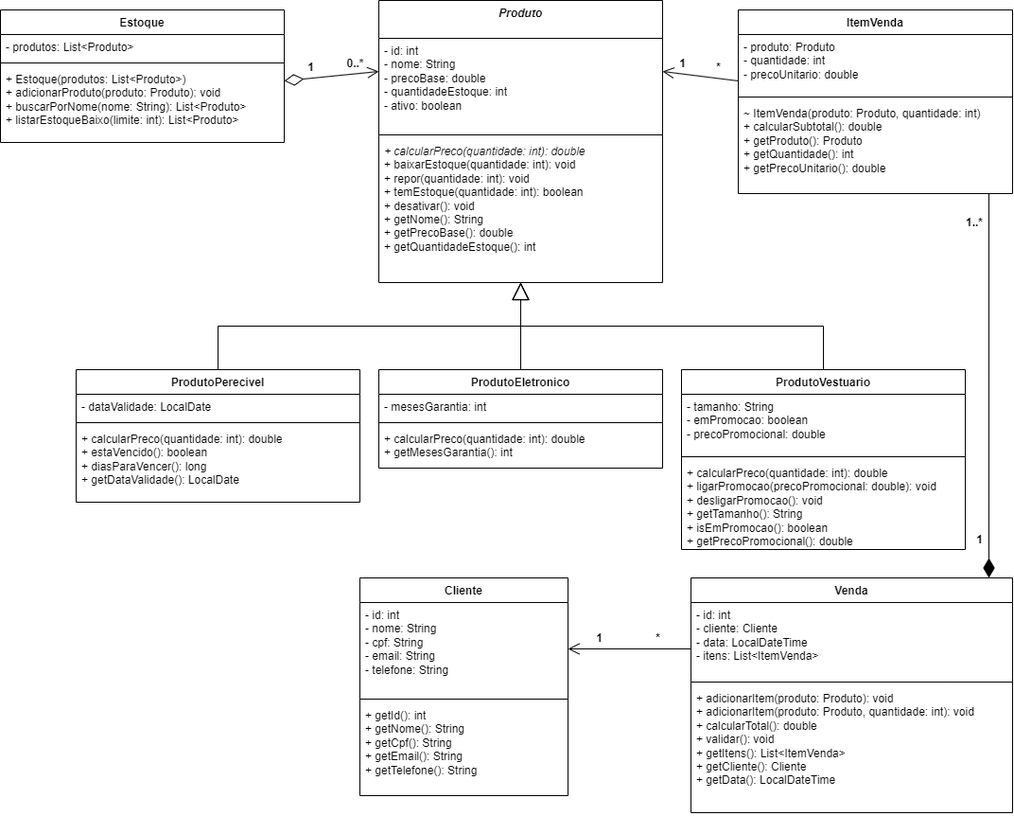
Before: docs/Projeto P2-UML.drawio.png, a diagram exported from draw.io (ProjP2/Sistema-Loja). Source tidied: cells renumbered, new cells last; positions are measured from the earlier drawing's top-left corner, leaving out a move shared by most shapes.
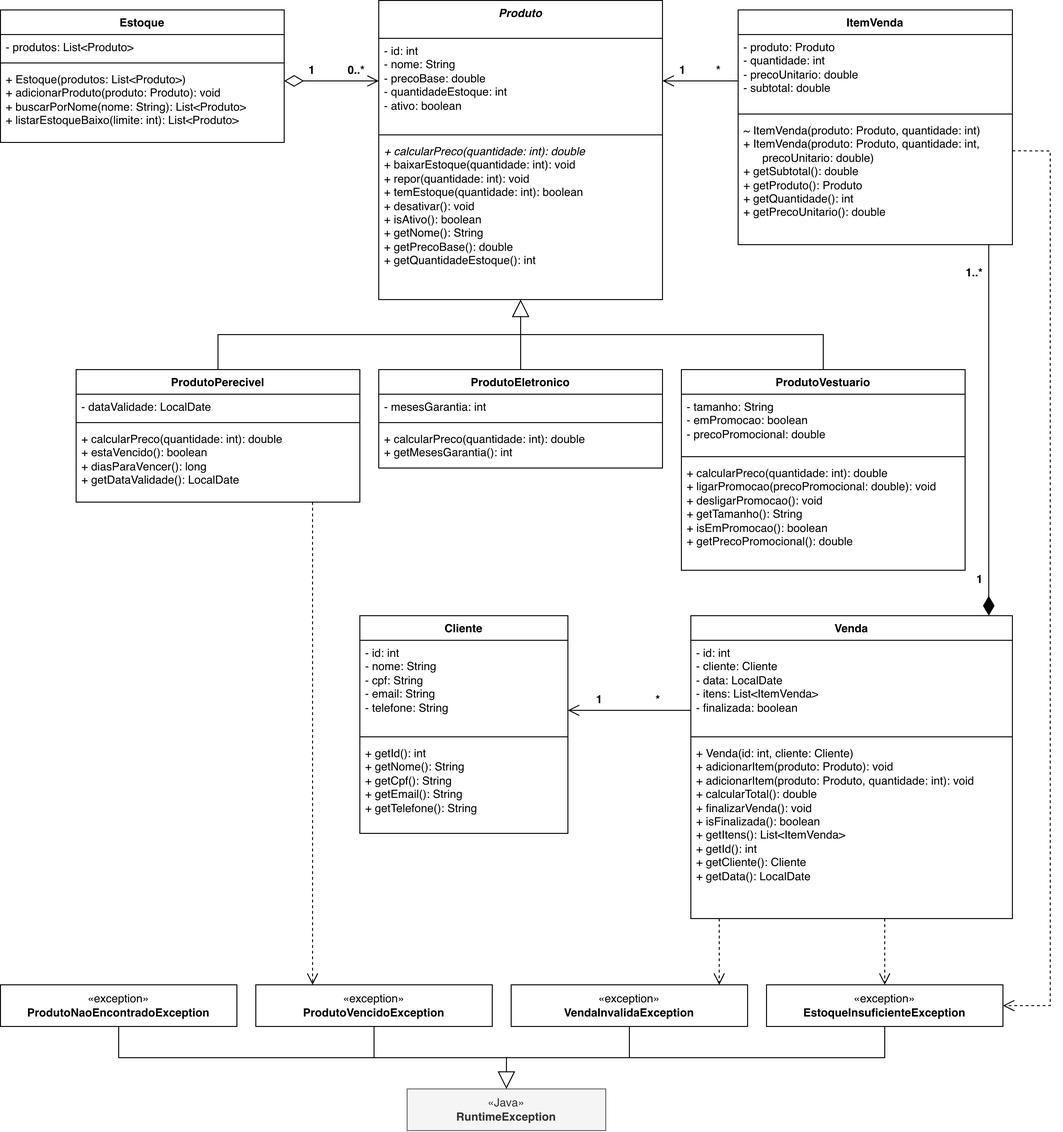
After the change.

Commit message:
Atualiza UML com exceções e mudanças da Entrega 2

What changed in the source:
```diff
@@ -3,7 +3,7 @@
     <mxCell id="0" />
     <mxCell id="1" parent="0" />
     <mxCell id="2" value="&lt;i&gt;Produto&lt;/i&gt;" style="swimlane;fontStyle=1;align=center;verticalAlign=top;horizontal=1;startSize=30;whiteSpace=wrap;html=1;startSize=40;" parent="1" vertex="1">
-      <mxGeometry x="400" width="300" height="298" as="geometry" />
+      <mxGeometry x="400" width="300" height="316" as="geometry" />
     </mxCell>
     <mxCell id="3" value="- id: int&lt;br&gt;- nome: String&lt;br&gt;- precoBase: double&lt;br&gt;- quantidadeEstoque: int&lt;br&gt;- ativo: boolean" style="text;strokeColor=none;fillColor=none;align=left;verticalAlign=top;spacingLeft=4;spacingRight=4;overflow=hidden;whiteSpace=wrap;html=1;" parent="2" vertex="1">
       <mxGeometry y="40" width="300" height="98" as="geometry" />
@@ -11,35 +11,35 @@
     <mxCell id="4" style="line;strokeWidth=1;fillColor=none;align=left;verticalAlign=middle;spacingTop=-1;spacingLeft=3;spacingRight=3;labelPosition=right;strokeColor=inherit;" parent="2" vertex="1">
       <mxGeometry y="138" width="300" height="8" as="geometry" />
     </mxCell>
-    <mxCell id="5" value="&lt;i&gt;+ calcularPreco(quantidade: int): double&amp;nbsp;&lt;/i&gt;&lt;br&gt;+ baixarEstoque(quantidade: int): void&lt;br&gt;+ repor(quantidade: int): void&lt;br&gt;+ temEstoque(quantidade: int): boolean&lt;br&gt;+ desativar(): void&lt;br&gt;+ getNome(): String&lt;br&gt;+ getPrecoBase(): double&lt;br&gt;+ getQuantidadeEstoque(): int" style="text;strokeColor=none;fillColor=none;align=left;verticalAlign=top;spacingLeft=4;spacingRight=4;overflow=hidden;whiteSpace=wrap;html=1;" parent="2" vertex="1">
-      <mxGeometry y="146" width="300" height="152" as="geometry" />
+    <mxCell id="5" value="&lt;i&gt;+ calcularPreco(quantidade: int): double&amp;nbsp;&lt;/i&gt;&lt;br&gt;+ baixarEstoque(quantidade: int): void&lt;br&gt;+ repor(quantidade: int): void&lt;br&gt;+ temEstoque(quantidade: int): boolean&lt;br&gt;+ desativar(): void&lt;br&gt;+ isAtivo(): boolean&lt;br&gt;+ getNome(): String&lt;br&gt;+ getPrecoBase(): double&lt;br&gt;+ getQuantidadeEstoque(): int" style="text;strokeColor=none;fillColor=none;align=left;verticalAlign=top;spacingLeft=4;spacingRight=4;overflow=hidden;whiteSpace=wrap;html=1;" parent="2" vertex="1">
+      <mxGeometry y="146" width="300" height="170" as="geometry" />
     </mxCell>
     <mxCell id="6" value="ItemVenda" style="swimlane;fontStyle=1;align=center;verticalAlign=top;horizontal=1;startSize=26;whiteSpace=wrap;html=1;" parent="1" vertex="1">
-      <mxGeometry x="780" y="10" width="290" height="194" as="geometry" />
+      <mxGeometry x="780" y="10" width="290" height="248" as="geometry" />
     </mxCell>
-    <mxCell id="7" value="- produto: Produto&lt;br&gt;- quantidade: int&lt;br&gt;- precoUnitario: double" style="text;strokeColor=none;fillColor=none;align=left;verticalAlign=top;spacingLeft=4;spacingRight=4;overflow=hidden;whiteSpace=wrap;html=1;" parent="6" vertex="1">
-      <mxGeometry y="26" width="290" height="62" as="geometry" />
+    <mxCell id="7" value="- produto: Produto&lt;br&gt;- quantidade: int&lt;br&gt;- precoUnitario: double&lt;br&gt;- subtotal: double" style="text;strokeColor=none;fillColor=none;align=left;verticalAlign=top;spacingLeft=4;spacingRight=4;overflow=hidden;whiteSpace=wrap;html=1;" parent="6" vertex="1">
+      <mxGeometry y="26" width="290" height="80" as="geometry" />
     </mxCell>
     <mxCell id="8" style="line;strokeWidth=1;fillColor=none;align=left;verticalAlign=middle;spacingTop=-1;spacingLeft=3;spacingRight=3;labelPosition=right;strokeColor=inherit;" parent="6" vertex="1">
-      <mxGeometry y="88" width="290" height="8" as="geometry" />
+      <mxGeometry y="106" width="290" height="8" as="geometry" />
     </mxCell>
-    <mxCell id="9" value="~ ItemVenda(produto: Produto, quantidade: int)&lt;br&gt;+ calcularSubtotal(): double&lt;br&gt;+ getProduto(): Produto&lt;br&gt;+ getQuantidade(): int&lt;br&gt;+ getPrecoUnitario(): double" style="text;strokeColor=none;fillColor=none;align=left;verticalAlign=top;spacingLeft=4;spacingRight=4;overflow=hidden;whiteSpace=wrap;html=1;" parent="6" vertex="1">
-      <mxGeometry y="96" width="290" height="98" as="geometry" />
+    <mxCell id="9" value="~ ItemVenda(produto: Produto, quantidade: int)&lt;br&gt;+ ItemVenda(produto: Produto, quantidade: int,&lt;br&gt;&amp;nbsp;&amp;nbsp;&amp;nbsp;&amp;nbsp;&amp;nbsp;&amp;nbsp;precoUnitario: double)&lt;br&gt;+ getSubtotal(): double&lt;br&gt;+ getProduto(): Produto&lt;br&gt;+ getQuantidade(): int&lt;br&gt;+ getPrecoUnitario(): double" style="text;strokeColor=none;fillColor=none;align=left;verticalAlign=top;spacingLeft=4;spacingRight=4;overflow=hidden;whiteSpace=wrap;html=1;" parent="6" vertex="1">
+      <mxGeometry y="114" width="290" height="134" as="geometry" />
     </mxCell>
     <mxCell id="10" value="Venda" style="swimlane;fontStyle=1;align=center;verticalAlign=top;horizontal=1;startSize=26;whiteSpace=wrap;html=1;" parent="1" vertex="1">
-      <mxGeometry x="730" y="610" width="340" height="248" as="geometry" />
+      <mxGeometry x="730" y="650" width="340" height="320" as="geometry" />
     </mxCell>
-    <mxCell id="11" value="- id: int&lt;br&gt;- cliente: Cliente&lt;br&gt;- data: LocalDateTime&lt;br&gt;- itens: List&amp;lt;ItemVenda&amp;gt;" style="text;strokeColor=none;fillColor=none;align=left;verticalAlign=top;spacingLeft=4;spacingRight=4;overflow=hidden;whiteSpace=wrap;html=1;" parent="10" vertex="1">
-      <mxGeometry y="26" width="340" height="80" as="geometry" />
+    <mxCell id="11" value="- id: int&lt;br&gt;- cliente: Cliente&lt;br&gt;- data: LocalDate&lt;br&gt;- itens: List&amp;lt;ItemVenda&amp;gt;&lt;br&gt;- finalizada: boolean" style="text;strokeColor=none;fillColor=none;align=left;verticalAlign=top;spacingLeft=4;spacingRight=4;overflow=hidden;whiteSpace=wrap;html=1;" parent="10" vertex="1">
+      <mxGeometry y="26" width="340" height="98" as="geometry" />
     </mxCell>
     <mxCell id="12" style="line;strokeWidth=1;fillColor=none;align=left;verticalAlign=middle;spacingTop=-1;spacingLeft=3;spacingRight=3;labelPosition=right;strokeColor=inherit;" parent="10" vertex="1">
-      <mxGeometry y="106" width="340" height="8" as="geometry" />
+      <mxGeometry y="124" width="340" height="8" as="geometry" />
     </mxCell>
-    <mxCell id="13" value="+ adicionarItem(produto: Produto): void&lt;br&gt;+ adicionarItem(produto: Produto, quantidade: int): void&lt;br&gt;+ calcularTotal(): double&lt;br&gt;+ validar(): void&lt;br&gt;+ getItens(): List&amp;lt;ItemVenda&amp;gt;&lt;br&gt;+ getCliente(): Cliente&lt;br&gt;+ getData(): LocalDateTime" style="text;strokeColor=none;fillColor=none;align=left;verticalAlign=top;spacingLeft=4;spacingRight=4;overflow=hidden;whiteSpace=wrap;html=1;" parent="10" vertex="1">
-      <mxGeometry y="114" width="340" height="134" as="geometry" />
+    <mxCell id="13" value="+ Venda(id: int, cliente: Cliente)&lt;br&gt;+ adicionarItem(produto: Produto): void&lt;br&gt;+ adicionarItem(produto: Produto, quantidade: int): void&lt;br&gt;+ calcularTotal(): double&lt;br&gt;+ finalizarVenda(): void&lt;br&gt;+ isFinalizada(): boolean&lt;br&gt;+ getItens(): List&amp;lt;ItemVenda&amp;gt;&lt;br&gt;+ getId(): int&lt;br&gt;+ getCliente(): Cliente&lt;br&gt;+ getData(): LocalDate" style="text;strokeColor=none;fillColor=none;align=left;verticalAlign=top;spacingLeft=4;spacingRight=4;overflow=hidden;whiteSpace=wrap;html=1;" parent="10" vertex="1">
+      <mxGeometry y="132" width="340" height="188" as="geometry" />
     </mxCell>
     <mxCell id="14" value="Cliente" style="swimlane;fontStyle=1;align=center;verticalAlign=top;horizontal=1;startSize=26;whiteSpace=wrap;html=1;" parent="1" vertex="1">
-      <mxGeometry x="380" y="610" width="220" height="230" as="geometry" />
+      <mxGeometry x="380" y="650" width="220" height="230" as="geometry" />
     </mxCell>
     <mxCell id="15" value="- id: int&lt;br&gt;- nome: String&lt;br&gt;- cpf: String&lt;br&gt;- email: String&lt;br&gt;- telefone: String" style="text;strokeColor=none;fillColor=none;align=left;verticalAlign=top;spacingLeft=4;spacingRight=4;overflow=hidden;whiteSpace=wrap;html=1;" parent="14" vertex="1">
       <mxGeometry y="26" width="220" height="98" as="geometry" />
@@ -75,7 +75,7 @@
       <mxGeometry y="60" width="300" height="44" as="geometry" />
     </mxCell>
     <mxCell id="26" value="ProdutoVestuario" style="swimlane;fontStyle=1;align=center;verticalAlign=top;horizontal=1;startSize=26;whiteSpace=wrap;html=1;" parent="1" vertex="1">
-      <mxGeometry x="720" y="390" width="300" height="190" as="geometry" />
+      <mxGeometry x="720" y="390" width="300" height="212" as="geometry" />
     </mxCell>
     <mxCell id="27" value="- tamanho: String&lt;br&gt;- emPromocao: boolean&lt;br&gt;- precoPromocional: double" style="text;strokeColor=none;fillColor=none;align=left;verticalAlign=top;spacingLeft=4;spacingRight=4;overflow=hidden;whiteSpace=wrap;html=1;" parent="26" vertex="1">
       <mxGeometry y="26" width="300" height="62" as="geometry" />
@@ -83,8 +83,8 @@
     <mxCell id="28" style="line;strokeWidth=1;fillColor=none;align=left;verticalAlign=middle;spacingTop=-1;spacingLeft=3;spacingRight=3;labelPosition=right;strokeColor=inherit;" parent="26" vertex="1">
       <mxGeometry y="88" width="300" height="8" as="geometry" />
     </mxCell>
-    <mxCell id="29" value="+ calcularPreco(quantidade: int): double&lt;br&gt;+ ligarPromocao(precoPromocional: double): void&lt;br&gt;+ desligarPromocao(): void&lt;br&gt;+ getTamanho(): String&lt;div&gt;+ isEmPromocao(): boolean&lt;/div&gt;&lt;div&gt;+ getPrecoPromocional(): double&lt;/div&gt;" style="text;strokeColor=none;fillColor=none;align=left;verticalAlign=top;spacingLeft=4;spacingRight=4;overflow=hidden;whiteSpace=wrap;html=1;" parent="26" vertex="1">
-      <mxGeometry y="96" width="300" height="94" as="geometry" />
+    <mxCell id="29" value="+ calcularPreco(quantidade: int): double&lt;br&gt;+ ligarPromocao(precoPromocional: double): void&lt;br&gt;+ desligarPromocao(): void&lt;br&gt;+ getTamanho(): String&lt;br&gt;+ isEmPromocao(): boolean&lt;br&gt;+ getPrecoPromocional(): double" style="text;strokeColor=none;fillColor=none;align=left;verticalAlign=top;spacingLeft=4;spacingRight=4;overflow=hidden;whiteSpace=wrap;html=1;" parent="26" vertex="1">
+      <mxGeometry y="96" width="300" height="116" as="geometry" />
     </mxCell>
     <mxCell id="30" style="endArrow=block;endSize=16;endFill=0;html=1;rounded=0;edgeStyle=orthogonalEdgeStyle;exitX=0.5;exitY=0;entryX=0.5;entryY=1;" parent="1" edge="1" source="18" target="2">
       <mxGeometry relative="1" as="geometry" />
@@ -108,7 +108,7 @@
         <mxPoint x="-6" as="offset" />
       </mxGeometry>
     </mxCell>
-    <mxCell id="36" style="html=1;rounded=0;endArrow=open;endSize=10;exitX=0;exitY=0.3866;entryX=1;entryY=0.2517;" parent="1" edge="1" source="6" target="2">
+    <mxCell id="36" style="html=1;rounded=0;endArrow=open;endSize=10;exitX=0;exitY=0.3024;entryX=1;entryY=0.269;" parent="1" edge="1" source="6" target="2">
       <mxGeometry relative="1" as="geometry" />
     </mxCell>
     <mxCell id="37" value="*" style="edgeLabel;html=1;fontSize=12;fontStyle=1;align=center;verticalAlign=bottom;labelBackgroundColor=none;" parent="36" vertex="1">
@@ -121,7 +121,7 @@
         <mxPoint y="-3" as="offset" />
       </mxGeometry>
     </mxCell>
-    <mxCell id="39" style="html=1;rounded=0;endArrow=open;endSize=10;exitX=0;exitY=0.3024;entryX=1;entryY=0.3261;" parent="1" edge="1" source="10" target="14">
+    <mxCell id="39" style="html=1;rounded=0;endArrow=open;endSize=10;exitX=0;exitY=0.3125;entryX=1;entryY=0.4348;" parent="1" edge="1" source="10" target="14">
       <mxGeometry relative="1" as="geometry" />
     </mxCell>
     <mxCell id="40" value="*" style="edgeLabel;html=1;fontSize=12;fontStyle=1;align=center;verticalAlign=bottom;labelBackgroundColor=none;" parent="39" vertex="1">
@@ -146,7 +146,7 @@
     <mxCell id="45" value="+ Estoque(produtos: List&amp;lt;Produto&amp;gt;)&lt;br&gt;+ adicionarProduto(produto: Produto): void&lt;br&gt;+ buscarPorNome(nome: String): List&amp;lt;Produto&amp;gt;&lt;br&gt;+ listarEstoqueBaixo(limite: int): List&amp;lt;Produto&amp;gt;" style="text;strokeColor=none;fillColor=none;align=left;verticalAlign=top;spacingLeft=4;spacingRight=4;overflow=hidden;whiteSpace=wrap;html=1;" parent="42" vertex="1">
       <mxGeometry y="60" width="300" height="80" as="geometry" />
     </mxCell>
-    <mxCell id="46" style="html=1;rounded=0;startArrow=diamondThin;startSize=18;startFill=0;endArrow=open;endSize=10;exitX=1;exitY=0.5357;entryX=0;entryY=0.2517;" parent="1" edge="1" source="42" target="2">
+    <mxCell id="46" style="html=1;rounded=0;startArrow=diamondThin;startSize=18;startFill=0;endArrow=open;endSize=10;exitX=1;exitY=0.5357;entryX=0;entryY=0.269;" parent="1" edge="1" source="42" target="2">
       <mxGeometry relative="1" as="geometry" />
     </mxCell>
     <mxCell id="47" value="1" style="edgeLabel;html=1;fontSize=12;fontStyle=1;align=center;verticalAlign=bottom;labelBackgroundColor=none;" parent="46" vertex="1">
@@ -159,5 +159,49 @@
         <mxPoint y="-3" as="offset" />
       </mxGeometry>
     </mxCell>
+    <mxCell id="49" value="&lt;span style=&quot;font-weight:400&quot;&gt;«exception»&lt;/span&gt;&lt;br&gt;ProdutoNaoEncontradoException" style="rounded=0;whiteSpace=wrap;html=1;fontStyle=1;align=center;verticalAlign=middle;" parent="1" vertex="1">
+      <mxGeometry y="1040" width="250" height="44" as="geometry" />
+    </mxCell>
+    <mxCell id="50" value="&lt;span style=&quot;font-weight:400&quot;&gt;«exception»&lt;/span&gt;&lt;br&gt;ProdutoVencidoException" style="rounded=0;whiteSpace=wrap;html=1;fontStyle=1;align=center;verticalAlign=middle;" parent="1" vertex="1">
+      <mxGeometry x="270" y="1040" width="250" height="44" as="geometry" />
+    </mxCell>
+    <mxCell id="51" value="&lt;span style=&quot;font-weight:400&quot;&gt;«exception»&lt;/span&gt;&lt;br&gt;VendaInvalidaException" style="rounded=0;whiteSpace=wrap;html=1;fontStyle=1;align=center;verticalAlign=middle;" parent="1" vertex="1">
+      <mxGeometry x="540" y="1040" width="250" height="44" as="geometry" />
+    </mxCell>
+    <mxCell id="52" value="&lt;span style=&quot;font-weight:400&quot;&gt;«exception»&lt;/span&gt;&lt;br&gt;EstoqueInsuficienteException" style="rounded=0;whiteSpace=wrap;html=1;fontStyle=1;align=center;verticalAlign=middle;" parent="1" vertex="1">
+      <mxGeometry x="810" y="1040" width="250" height="44" as="geometry" />
+    </mxCell>
+    <mxCell id="53" value="&lt;span style=&quot;font-weight:400&quot;&gt;«Java»&lt;/span&gt;&lt;br&gt;RuntimeException" style="rounded=0;whiteSpace=wrap;html=1;fontStyle=1;align=center;verticalAlign=middle;fillColor=#f5f5f5;strokeColor=#666666;fontColor=#333333;" parent="1" vertex="1">
+      <mxGeometry x="430" y="1150" width="210" height="44" as="geometry" />
+    </mxCell>
+    <mxCell id="54" style="endArrow=block;endSize=16;endFill=0;html=1;rounded=0;edgeStyle=orthogonalEdgeStyle;exitX=0.5;exitY=1;entryX=0.5;entryY=0;" parent="1" edge="1" source="49" target="53">
+      <mxGeometry relative="1" as="geometry" />
+    </mxCell>
+    <mxCell id="55" style="endArrow=block;endSize=16;endFill=0;html=1;rounded=0;edgeStyle=orthogonalEdgeStyle;exitX=0.5;exitY=1;entryX=0.5;entryY=0;" parent="1" edge="1" source="50" target="53">
+      <mxGeometry relative="1" as="geometry" />
+    </mxCell>
+    <mxCell id="56" style="endArrow=block;endSize=16;endFill=0;html=1;rounded=0;edgeStyle=orthogonalEdgeStyle;exitX=0.5;exitY=1;entryX=0.5;entryY=0;" parent="1" edge="1" source="51" target="53">
+      <mxGeometry relative="1" as="geometry" />
+    </mxCell>
+    <mxCell id="57" style="endArrow=block;endSize=16;endFill=0;html=1;rounded=0;edgeStyle=orthogonalEdgeStyle;exitX=0.5;exitY=1;entryX=0.5;entryY=0;" parent="1" edge="1" source="52" target="53">
+      <mxGeometry relative="1" as="geometry" />
+    </mxCell>
+    <mxCell id="58" style="endArrow=open;endSize=10;dashed=1;html=1;rounded=0;fontSize=11;labelBackgroundColor=default;exitX=0.8333;exitY=1;entryX=0.24;entryY=0;" parent="1" edge="1" source="18" target="50">
+      <mxGeometry relative="1" as="geometry" />
+    </mxCell>
+    <mxCell id="59" style="endArrow=open;endSize=10;dashed=1;html=1;rounded=0;fontSize=11;labelBackgroundColor=default;exitX=0.0882;exitY=1;entryX=0.88;entryY=0;" parent="1" edge="1" source="10" target="51">
+      <mxGeometry relative="1" as="geometry" />
+    </mxCell>
+    <mxCell id="60" style="endArrow=open;endSize=10;dashed=1;html=1;rounded=0;fontSize=11;labelBackgroundColor=default;exitX=0.6029;exitY=1;entryX=0.5;entryY=0;" parent="1" edge="1" source="10" target="52">
+      <mxGeometry relative="1" as="geometry" />
+    </mxCell>
+    <mxCell id="61" style="endArrow=open;endSize=10;dashed=1;html=1;rounded=0;fontSize=11;labelBackgroundColor=default;exitX=1;exitY=0.6;entryX=1;entryY=0.5;" parent="1" edge="1" source="6" target="52">
+      <mxGeometry relative="1" as="geometry">
+        <Array as="points">
+          <mxPoint x="1110" y="159" />
+          <mxPoint x="1110" y="1062" />
+        </Array>
+      </mxGeometry>
+    </mxCell>
   </root>
 </mxGraphModel>
```
